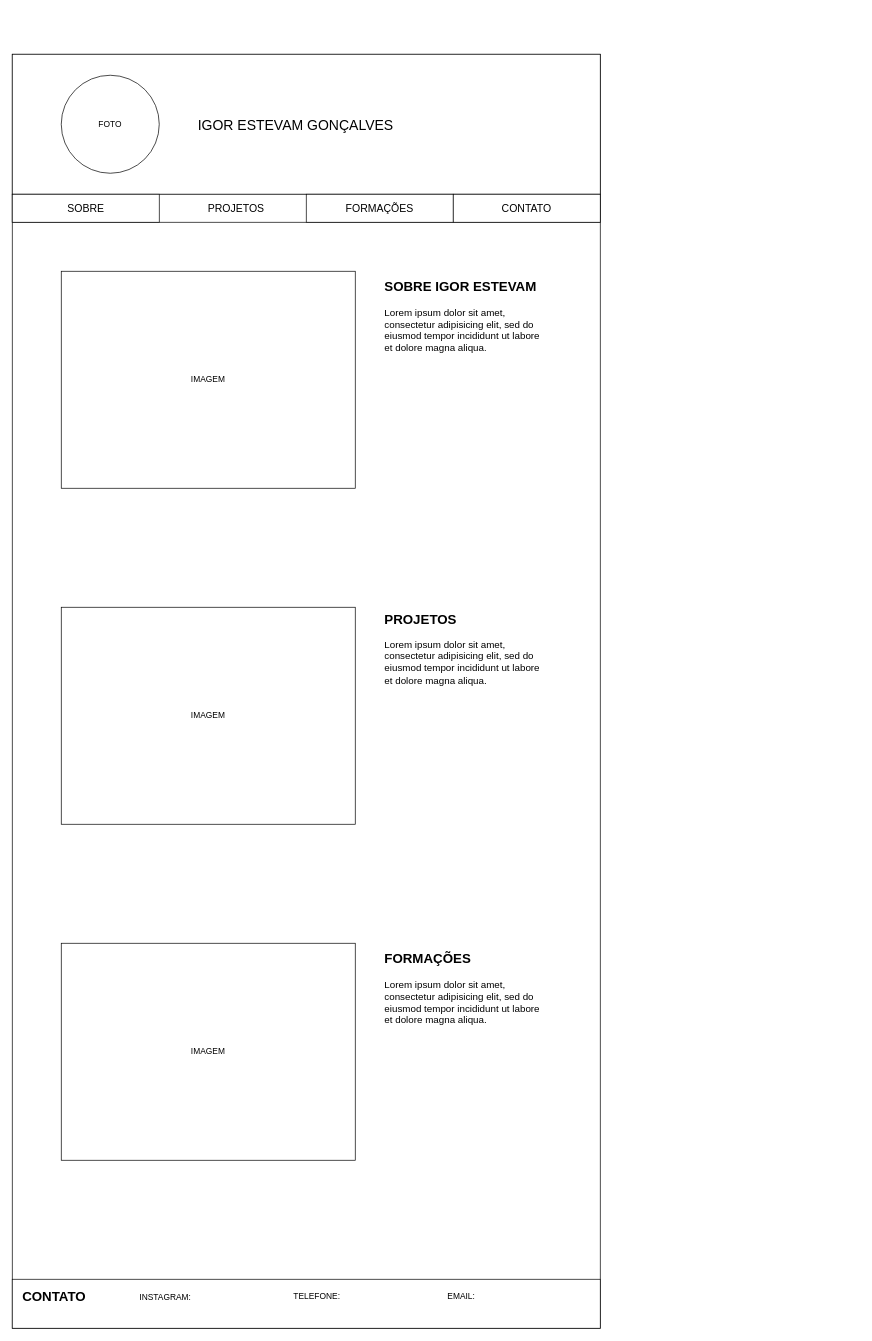
This is WIREFRAME WEB SOFTWARE.drawio from igorestevam/blog-pessoal-uvv2024, a draw.io file, before an edit. Source tidied: cells renumbered, new cells numbered last; positions are measured from the earlier drawing's top-left corner, leaving out a move shared by most shapes. Both pictures are drawn from the tidied source at 70%, with x=0, y=0 at pixel (12, 54).
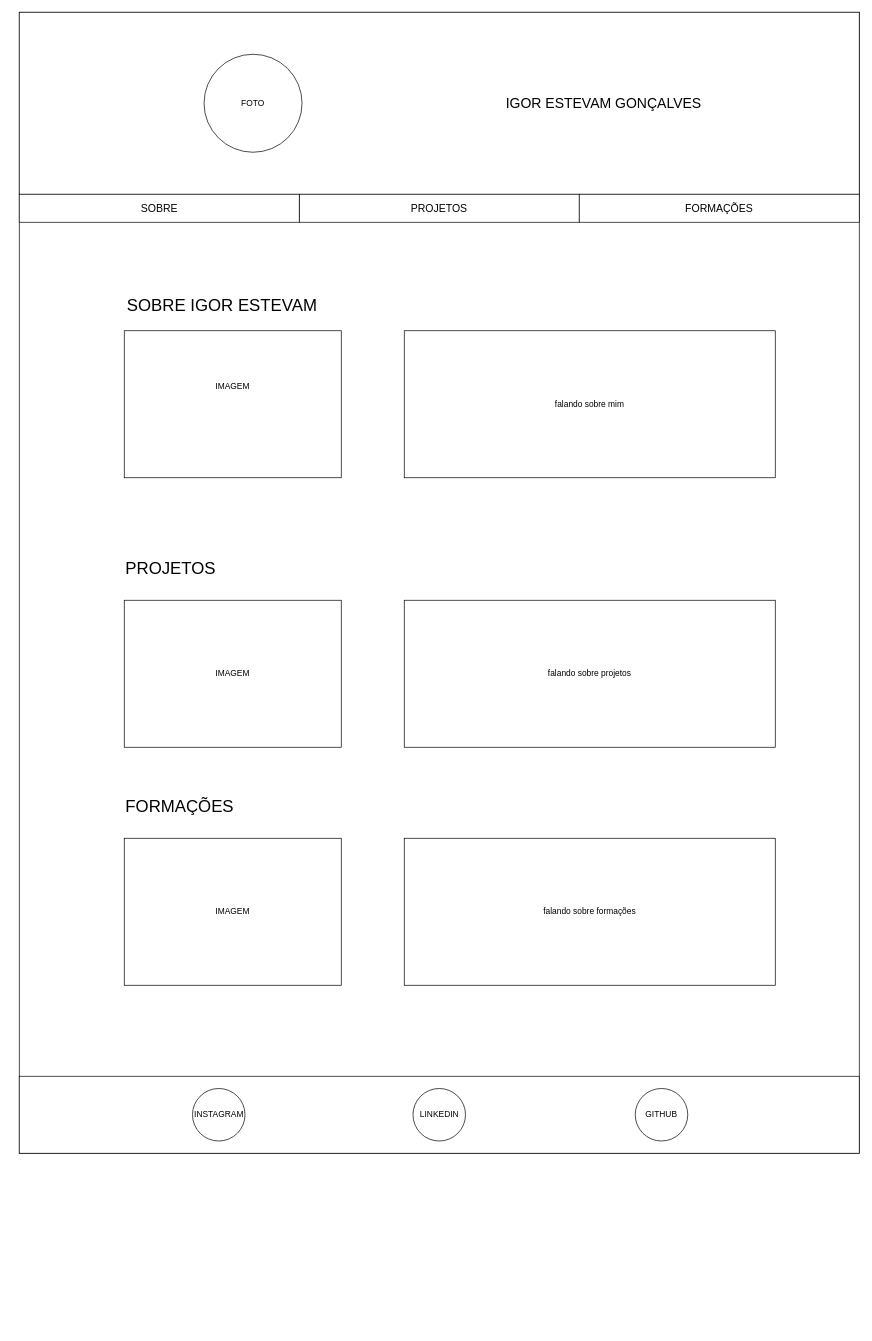
The same page after the edit.

Diff of the diagram source:
```diff
@@
     <mxCell id="2" style="rounded=0;whiteSpace=wrap;html=1;" parent="1" vertex="1">
-      <mxGeometry width="840" height="1820" as="geometry" />
+      <mxGeometry x="10" y="-60" width="1200" height="1630" as="geometry" />
     </mxCell>
     <mxCell id="3" style="rounded=0;whiteSpace=wrap;html=1;" parent="1" vertex="1">
-      <mxGeometry width="840" height="200" as="geometry" />
+      <mxGeometry x="10" y="-60" width="1200" height="260" as="geometry" />
     </mxCell>
     <mxCell id="4" style="ellipse;whiteSpace=wrap;html=1;" parent="1" vertex="1">
-      <mxGeometry x="70" y="30" width="140" height="140" as="geometry" />
+      <mxGeometry x="274" width="140" height="140" as="geometry" />
     </mxCell>
     <mxCell id="5" value="IGOR ESTEVAM GONÇALVES" style="text;html=1;align=center;verticalAlign=middle;whiteSpace=wrap;rounded=0;strokeWidth=1;fontSize=20;" parent="1" vertex="1">
-      <mxGeometry x="260" y="80" width="290" height="40" as="geometry" />
+      <mxGeometry x="700" y="50" width="290" height="40" as="geometry" />
     </mxCell>
     <mxCell id="6" style="rounded=0;whiteSpace=wrap;html=1;" parent="1" vertex="1">
-      <mxGeometry y="200" width="840" height="40" as="geometry" />
+      <mxGeometry x="410" y="200" width="400" height="40" as="geometry" />
     </mxCell>
     <mxCell id="7" style="rounded=0;whiteSpace=wrap;html=1;" parent="1" vertex="1">
-      <mxGeometry y="200" width="210" height="40" as="geometry" />
+      <mxGeometry x="10" y="200" width="400" height="40" as="geometry" />
     </mxCell>
     <mxCell id="8" value="FORMAÇÕES" style="rounded=0;whiteSpace=wrap;html=1;fontSize=15;" parent="1" vertex="1">
-      <mxGeometry x="420" y="200" width="210" height="40" as="geometry" />
+      <mxGeometry x="810" y="200" width="400" height="40" as="geometry" />
     </mxCell>
-    <mxCell id="9" value="CONTATO" style="rounded=0;whiteSpace=wrap;html=1;fontSize=15;" parent="1" vertex="1">
-      <mxGeometry x="630" y="200" width="210" height="40" as="geometry" />
-    </mxCell>
     <mxCell id="10" value="SOBRE" style="text;html=1;align=center;verticalAlign=middle;whiteSpace=wrap;rounded=0;fontSize=15;" parent="1" vertex="1">
-      <mxGeometry x="57.5" y="205" width="95" height="30" as="geometry" />
+      <mxGeometry x="162.5" y="205" width="95" height="30" as="geometry" />
     </mxCell>
     <mxCell id="11" value="PROJETOS" style="text;html=1;align=center;verticalAlign=middle;whiteSpace=wrap;rounded=0;fontSize=15;" parent="1" vertex="1">
-      <mxGeometry x="290" y="205" width="60" height="30" as="geometry" />
+      <mxGeometry x="580" y="205" width="60" height="30" as="geometry" />
     </mxCell>
     <mxCell id="12" style="rounded=0;whiteSpace=wrap;html=1;" parent="1" vertex="1">
-      <mxGeometry x="70" y="310" width="420" height="310" as="geometry" />
+      <mxGeometry x="160" y="395" width="310" height="210" as="geometry" />
     </mxCell>
-    <mxCell id="13" value="&lt;h1 style=&quot;margin-top: 0px;&quot;&gt;&lt;font style=&quot;font-size: 19px;&quot;&gt;SOBRE IGOR ESTEVAM&lt;/font&gt;&lt;/h1&gt;&lt;p style=&quot;&quot;&gt;&lt;font style=&quot;font-size: 14px;&quot;&gt;Lorem ipsum dolor sit amet, consectetur adipisicing elit, sed do eiusmod tempor incididunt ut labore et dolore magna aliqua&lt;/font&gt;&lt;span style=&quot;font-size: 13px;&quot;&gt;.&lt;/span&gt;&lt;/p&gt;" style="text;html=1;whiteSpace=wrap;overflow=hidden;rounded=0;" parent="1" vertex="1">
-      <mxGeometry x="530" y="310" width="230" height="310" as="geometry" />
-    </mxCell>
     <mxCell id="14" value="IMAGEM" style="text;html=1;align=center;verticalAlign=middle;whiteSpace=wrap;rounded=0;" parent="1" vertex="1">
-      <mxGeometry x="250" y="450" width="60" height="30" as="geometry" />
+      <mxGeometry x="285" y="460" width="60" height="30" as="geometry" />
     </mxCell>
     <mxCell id="15" value="FOTO" style="text;html=1;align=center;verticalAlign=middle;whiteSpace=wrap;rounded=0;" parent="1" vertex="1">
-      <mxGeometry x="110" y="85" width="60" height="30" as="geometry" />
+      <mxGeometry x="314" y="55" width="60" height="30" as="geometry" />
     </mxCell>
-    <mxCell id="16" style="rounded=0;whiteSpace=wrap;html=1;" parent="1" vertex="1">
-      <mxGeometry x="70" y="790" width="420" height="310" as="geometry" />
+    <mxCell id="16" value="IMAGEM" style="rounded=0;whiteSpace=wrap;html=1;" parent="1" vertex="1">
+      <mxGeometry x="160" y="780" width="310" height="210" as="geometry" />
     </mxCell>
-    <mxCell id="17" value="IMAGEM" style="text;html=1;align=center;verticalAlign=middle;whiteSpace=wrap;rounded=0;" parent="1" vertex="1">
-      <mxGeometry x="250" y="930" width="60" height="30" as="geometry" />
-    </mxCell>
-    <mxCell id="18" value="&lt;h1 style=&quot;margin-top: 0px; font-size: 19px;&quot;&gt;&lt;span style=&quot;background-color: initial;&quot;&gt;PROJETOS&amp;nbsp;&lt;/span&gt;&lt;/h1&gt;&lt;h1 style=&quot;margin-top: 0px; line-height: 60%;&quot;&gt;&lt;span style=&quot;background-color: initial; font-weight: normal;&quot;&gt;&lt;font style=&quot;font-size: 14px;&quot;&gt;Lorem ipsum dolor sit amet, consectetur adipisicing elit, sed do eiusmod tempor incididunt ut labore et dolore magna aliqua.&lt;/font&gt;&lt;/span&gt;&lt;br&gt;&lt;/h1&gt;" style="text;html=1;whiteSpace=wrap;overflow=hidden;rounded=0;" parent="1" vertex="1">
-      <mxGeometry x="530" y="790" width="230" height="310" as="geometry" />
-    </mxCell>
-    <mxCell id="19" style="rounded=0;whiteSpace=wrap;html=1;" parent="1" vertex="1">
-      <mxGeometry x="70" y="1270" width="420" height="310" as="geometry" />
+    <mxCell id="19" value="IMAGEM" style="rounded=0;whiteSpace=wrap;html=1;" parent="1" vertex="1">
+      <mxGeometry x="160" y="1120" width="310" height="210" as="geometry" />
     </mxCell>
-    <mxCell id="20" value="IMAGEM" style="text;html=1;align=center;verticalAlign=middle;whiteSpace=wrap;rounded=0;" parent="1" vertex="1">
-      <mxGeometry x="250" y="1410" width="60" height="30" as="geometry" />
-    </mxCell>
-    <mxCell id="21" value="&lt;h1 style=&quot;margin-top: 0px;&quot;&gt;&lt;span style=&quot;font-size: 19px;&quot;&gt;FORMAÇÕES&lt;/span&gt;&lt;/h1&gt;&lt;p&gt;&lt;font style=&quot;font-size: 14px;&quot;&gt;Lorem ipsum dolor sit amet, consectetur adipisicing elit, sed do eiusmod tempor incididunt ut labore et dolore magna aliqua.&lt;/font&gt;&lt;/p&gt;" style="text;html=1;whiteSpace=wrap;overflow=hidden;rounded=0;" parent="1" vertex="1">
-      <mxGeometry x="530" y="1270" width="230" height="310" as="geometry" />
-    </mxCell>
     <mxCell id="22" style="rounded=0;whiteSpace=wrap;html=1;" parent="1" vertex="1">
-      <mxGeometry y="1750" width="840" height="70" as="geometry" />
+      <mxGeometry x="10" y="1460" width="1200" height="110" as="geometry" />
     </mxCell>
-    <mxCell id="23" value="CONTATO" style="text;html=1;align=center;verticalAlign=middle;whiteSpace=wrap;rounded=0;fontSize=19;fontStyle=1;" parent="1" vertex="1">
-      <mxGeometry x="30" y="1760" width="60" height="30" as="geometry" />
-    </mxCell>
-    <mxCell id="24" value="INSTAGRAM:" style="text;html=1;align=left;verticalAlign=middle;whiteSpace=wrap;rounded=0;" parent="1" vertex="1">
-      <mxGeometry x="180" y="1761" width="60" height="30" as="geometry" />
-    </mxCell>
-    <mxCell id="25" value="EMAIL:" style="text;html=1;align=left;verticalAlign=middle;whiteSpace=wrap;rounded=0;" parent="1" vertex="1">
-      <mxGeometry x="620" y="1760" width="60" height="30" as="geometry" />
-    </mxCell>
-    <mxCell id="26" value="TELEFONE:" style="text;html=1;align=left;verticalAlign=middle;whiteSpace=wrap;rounded=0;" parent="1" vertex="1">
-      <mxGeometry x="400" y="1760" width="60" height="30" as="geometry" />
-    </mxCell>
+    <mxCell id="27" value="falando sobre mim" style="text;html=1;align=center;verticalAlign=middle;whiteSpace=wrap;rounded=0;strokeColor=default;" parent="1" vertex="1">
+      <mxGeometry x="560" y="395" width="530" height="210" as="geometry" />
+    </mxCell>
+    <mxCell id="28" value="&lt;font style=&quot;font-size: 24px;&quot;&gt;SOBRE IGOR ESTEVAM&lt;/font&gt;" style="text;html=1;align=center;verticalAlign=middle;whiteSpace=wrap;rounded=0;" parent="1" vertex="1">
+      <mxGeometry x="160" y="345" width="280" height="30" as="geometry" />
+    </mxCell>
+    <mxCell id="29" value="GITHUB" style="ellipse;whiteSpace=wrap;html=1;" parent="1" vertex="1">
+      <mxGeometry x="890" y="1477.5" width="75" height="75" as="geometry" />
+    </mxCell>
+    <mxCell id="30" value="LINKEDIN" style="ellipse;whiteSpace=wrap;html=1;" parent="1" vertex="1">
+      <mxGeometry x="572.5" y="1477.5" width="75" height="75" as="geometry" />
+    </mxCell>
+    <mxCell id="31" value="INSTAGRAM" style="ellipse;whiteSpace=wrap;html=1;" parent="1" vertex="1">
+      <mxGeometry x="257.5" y="1477.5" width="75" height="75" as="geometry" />
+    </mxCell>
+    <mxCell id="32" value="falando sobre projetos" style="text;html=1;align=center;verticalAlign=middle;whiteSpace=wrap;rounded=0;strokeColor=default;" parent="1" vertex="1">
+      <mxGeometry x="560" y="780" width="530" height="210" as="geometry" />
+    </mxCell>
+    <mxCell id="33" value="falando sobre formações" style="text;html=1;align=center;verticalAlign=middle;whiteSpace=wrap;rounded=0;strokeColor=default;" parent="1" vertex="1">
+      <mxGeometry x="560" y="1120" width="530" height="210" as="geometry" />
+    </mxCell>
+    <mxCell id="34" value="&lt;font style=&quot;font-size: 24px;&quot;&gt;PROJETOS&lt;/font&gt;" style="text;html=1;align=left;verticalAlign=middle;whiteSpace=wrap;rounded=0;" parent="1" vertex="1">
+      <mxGeometry x="160" y="720" width="280" height="30" as="geometry" />
+    </mxCell>
+    <mxCell id="35" value="&lt;font style=&quot;font-size: 24px;&quot;&gt;FORMAÇÕES&lt;/font&gt;" style="text;html=1;align=left;verticalAlign=middle;whiteSpace=wrap;rounded=0;" parent="1" vertex="1">
+      <mxGeometry x="160" y="1060" width="280" height="30" as="geometry" />
+    </mxCell>
```
